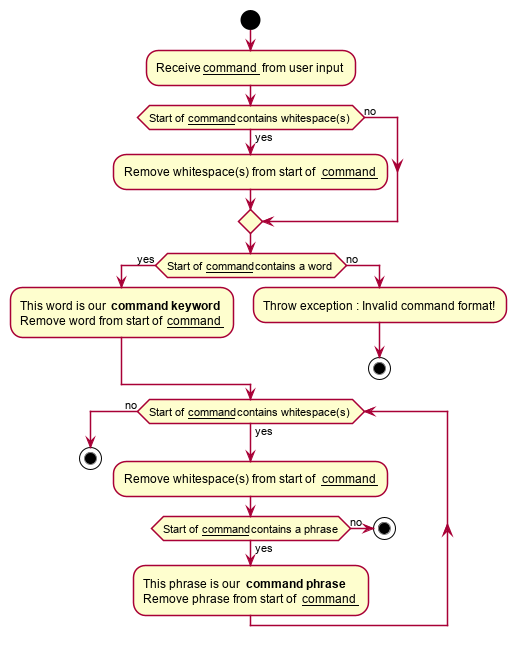
Earlier version of the PlantUML export docs/images/CommandParserActivityDiagram.png (nus-cs2103-AY1920S1/addressbook-level3). The source it was exported from:
```plantuml
@startuml

skinparam shadowing false

start
:Receive __command__ from user input;

if (Start of __command__ contains whitespace(s)) then(yes)
    :Remove whitespace(s) from start of __command__;
else(no)
endif

if (Start of __command__ contains a word) then(yes)
    :This word is our **command keyword**
    Remove word from start of __command__;
else(no)
    :Throw exception : Invalid command format!;
    stop
endif

while (Start of __command__ contains whitespace(s)) is(yes)
    :Remove whitespace(s) from start of __command__;

if (Start of __command__ contains a phrase) then(yes)
    :This phrase is our **command phrase**
    Remove phrase from start of __command__;
else(no)
    stop
endif

endwhile(no)

stop
@enduml
```
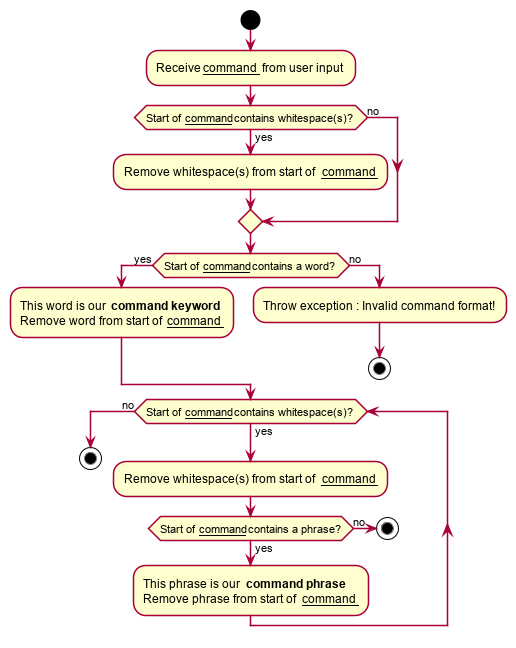
Later version of the same file.

The edit, as a diff of the source:
```diff
@@ -5,12 +5,12 @@
 start
 :Receive __command__ from user input;
 
-if (Start of __command__ contains whitespace(s)) then(yes)
+if (Start of __command__ contains whitespace(s)?) then(yes)
     :Remove whitespace(s) from start of __command__;
 else(no)
 endif
 
-if (Start of __command__ contains a word) then(yes)
+if (Start of __command__ contains a word?) then(yes)
     :This word is our **command keyword**
     Remove word from start of __command__;
 else(no)
@@ -18,10 +18,10 @@
     stop
 endif
 
-while (Start of __command__ contains whitespace(s)) is(yes)
+while (Start of __command__ contains whitespace(s)?) is(yes)
     :Remove whitespace(s) from start of __command__;
 
-if (Start of __command__ contains a phrase) then(yes)
+if (Start of __command__ contains a phrase?) then(yes)
     :This phrase is our **command phrase**
     Remove phrase from start of __command__;
 else(no)
```
